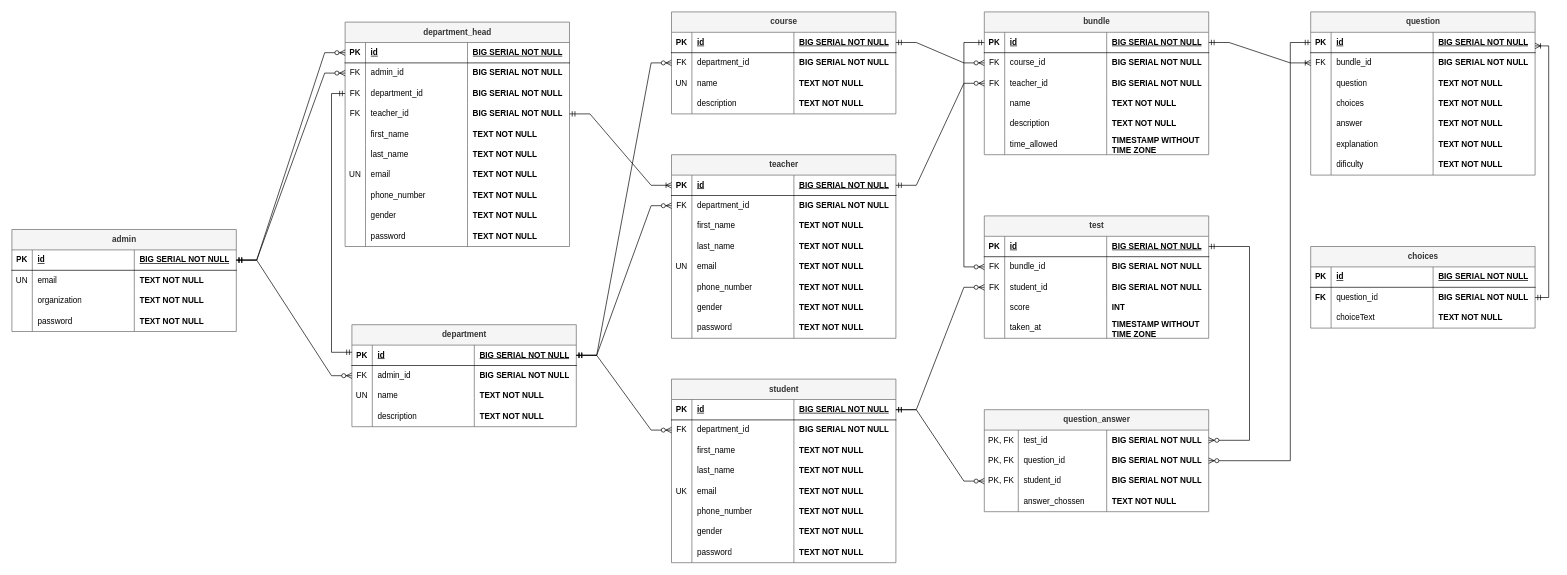
The draw.io diagram images/PREPMASTER.drawio in abel-cosmic/PrepMaster-API, before the edit. Source tidied: cells renumbered, new cells numbered last; positions are measured from the earlier drawing's top-left corner, leaving out a move shared by most shapes. Both pictures are drawn from the tidied source at 68%, with x=0, y=0 at pixel (12, 12).
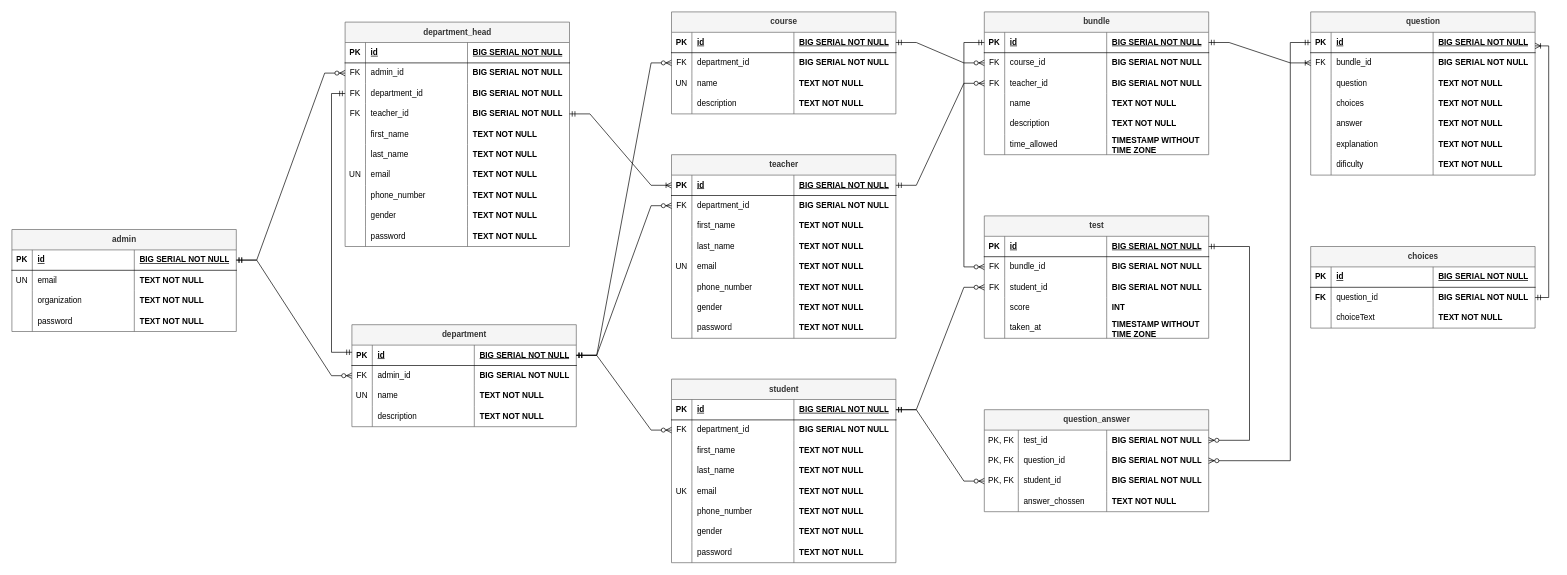
Above is the later version.

Unchanged cells that the change refers to:
```xml
<mxCell id="128" style="shape=tableRow;horizontal=0;startSize=0;swimlaneHead=0;swimlaneBody=0;fillColor=none;points=[[0,0.5],[1,0.5]];portConstraint=eastwest;top=0;left=0;right=0;bottom=1;" parent="127" vertex="1">
  <mxGeometry y="30" width="330" height="30" as="geometry" />
</mxCell>
<mxCell id="145" style="shape=tableRow;horizontal=0;startSize=0;swimlaneHead=0;swimlaneBody=0;fillColor=none;points=[[0,0.5],[1,0.5]];portConstraint=eastwest;top=0;left=0;right=0;bottom=1;" parent="144" vertex="1">
  <mxGeometry y="30" width="330" height="30" as="geometry" />
</mxCell>
```

What changed in the source:
```diff
@@
-    <mxCell id="254" style="edgeStyle=entityRelationEdgeStyle;fontSize=12;html=1;endArrow=ERzeroToMany;startArrow=ERmandOne;rounded=0;" parent="1" edge="1" source="128" target="145">
-      <mxGeometry relative="1" as="geometry" />
-    </mxCell>
```
